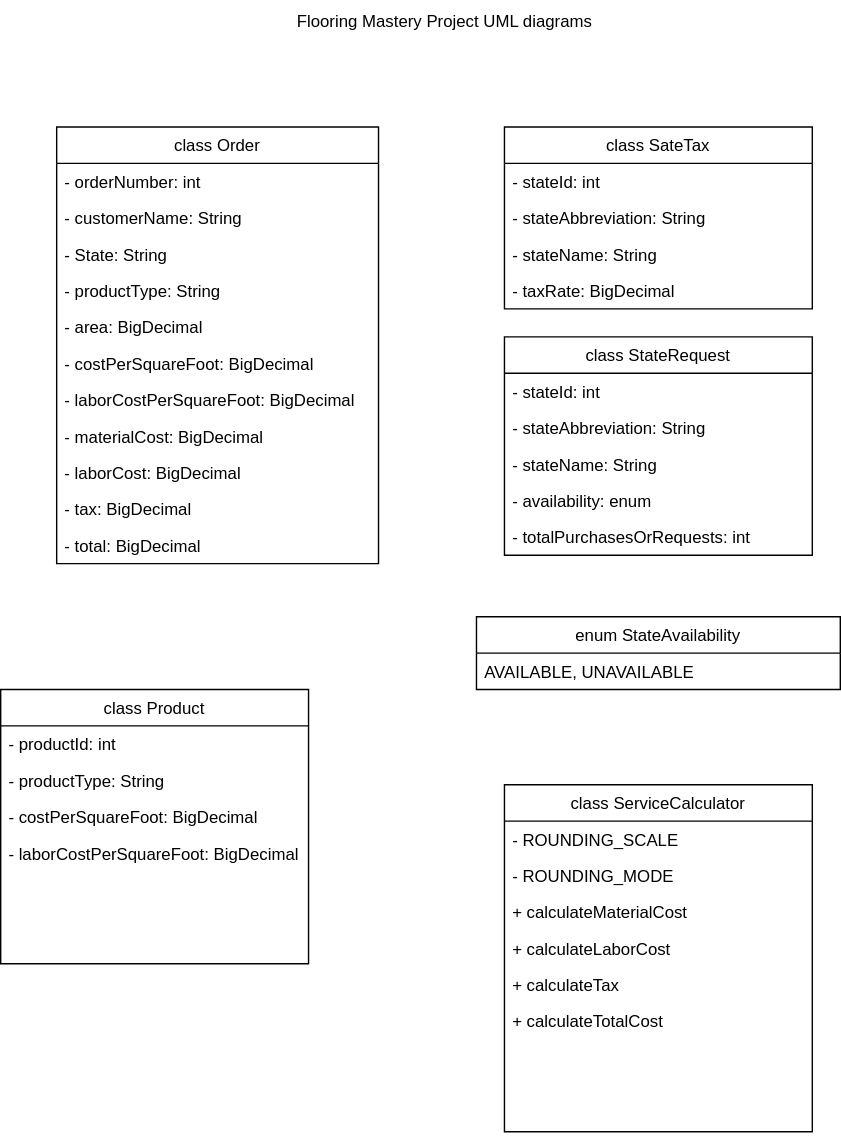
The draw.io diagram modelsUMLDiagrams.svg in The-Software-Guild/flooring-mastery---class-diagrams-flowchart-Cirufrank, before a commit. Source tidied: cells renumbered, new cells last; positions are measured from the earlier drawing's top-left corner, leaving out a move shared by most shapes.
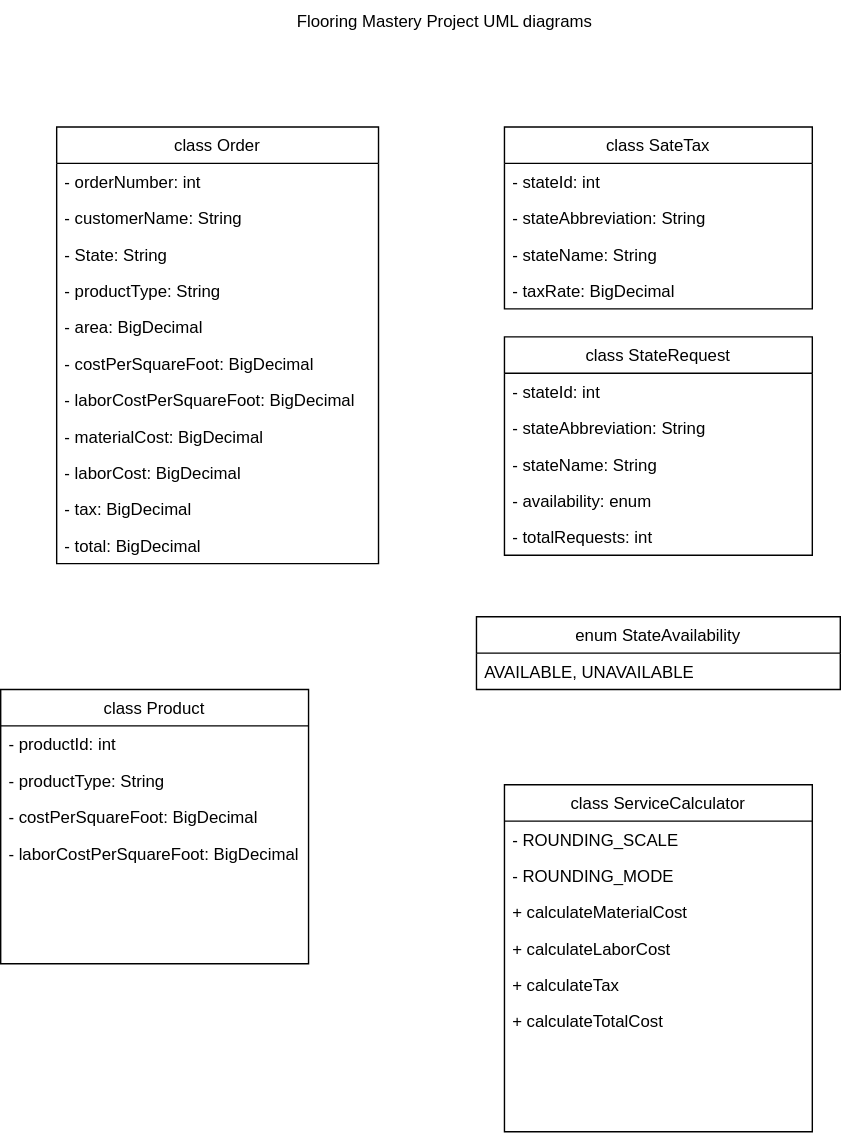
Above is the later version.

Commit message:
Refactored the StateRequest model

What changed in the source:
```diff
@@ -107,7 +107,7 @@
     <mxCell id="36" value="- availability: enum" style="text;strokeColor=none;fillColor=none;align=left;verticalAlign=top;spacingLeft=4;spacingRight=4;overflow=hidden;" parent="32" vertex="1">
       <mxGeometry y="104" width="220" height="26" as="geometry" />
     </mxCell>
-    <mxCell id="37" value="- totalPurchasesOrRequests: int" style="text;strokeColor=none;fillColor=none;align=left;verticalAlign=top;spacingLeft=4;spacingRight=4;overflow=hidden;" parent="32" vertex="1">
+    <mxCell id="37" value="- totalRequests: int" style="text;strokeColor=none;fillColor=none;align=left;verticalAlign=top;spacingLeft=4;spacingRight=4;overflow=hidden;" parent="32" vertex="1">
       <mxGeometry y="130" width="220" height="26" as="geometry" />
     </mxCell>
     <mxCell id="38" value="enum StateAvailability" style="swimlane;fontStyle=0;horizontal=1;startSize=26;fillColor=none;" parent="1" vertex="1">
```
